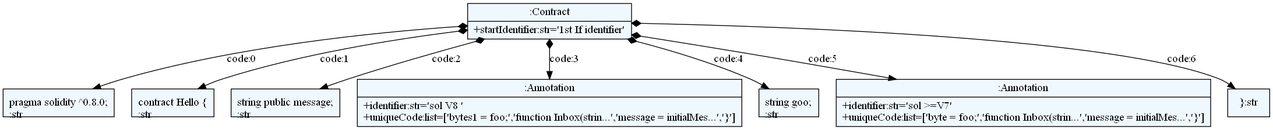
The Graphviz diagram resources/Test Contract.dot.png in stefsche/cross-platformify, before a commit. Its source is kept beside it as resources/Test Contract.dot.
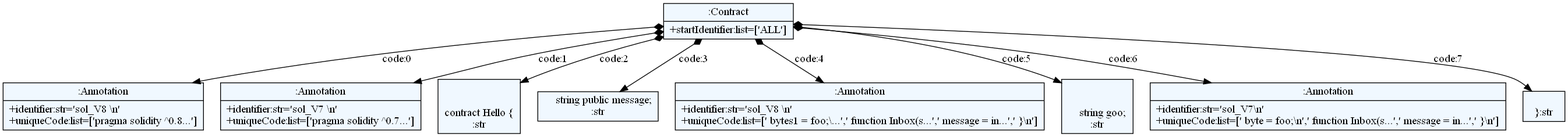
The same diagram one commit later.

Diff of the diagram source:
```diff
@@ -10,26 +10,34 @@
     edge[dir=black,arrowtail=empty]
 
 
-2732442621024 -> "pragma solidity ^0.8.0;
-:str" [label="code:0" arrowtail=diamond dir=both]
-2732442621024 -> "contract Hello {
-:str" [label="code:1" arrowtail=diamond dir=both]
-2732442621024 -> "string public message;
+1845945406656 -> 1845945406800 [label="code:0" arrowtail=diamond dir=both]
+1845945406800[label="{:Annotation|+identifier:str='sol_V8
+\\n'\l+uniqueCode:list=['pragma solidity ^0.8...']\l}"]
+1845945406656 -> 1845945406944 [label="code:1" arrowtail=diamond dir=both]
+1845945406944[label="{:Annotation|+identifier:str='sol_V7
+\\n'\l+uniqueCode:list=['pragma solidity ^0.7...']\l}"]
+1845945406656 -> "
+
+contract Hello {
 :str" [label="code:2" arrowtail=diamond dir=both]
-2732442621024 -> 2732442621168 [label="code:3" arrowtail=diamond dir=both]
-2732442621168[label="{:Annotation|+identifier:str='sol V8
-'\l+uniqueCode:list=['bytes1 = foo;
-','function Inbox(strin...','message = initialMes...','\}
-']\l}"]
-2732442621024 -> "string goo;
-:str" [label="code:4" arrowtail=diamond dir=both]
-2732442621024 -> 2732442621360 [label="code:5" arrowtail=diamond dir=both]
-2732442621360[label="{:Annotation|+identifier:str='sol \>=V7
-'\l+uniqueCode:list=['byte = foo;
-','function Inbox(strin...','message = initialMes...','\}
-']\l}"]
-2732442621024 -> "}:str" [label="code:6" arrowtail=diamond dir=both]
-2732442621024[label="{:Contract|+startIdentifier:str='1st If identifier
-'\l}"]
+1845945406656 -> "    string public message;
+:str" [label="code:3" arrowtail=diamond dir=both]
+1845945406656 -> 1845945407616 [label="code:4" arrowtail=diamond dir=both]
+1845945407616[label="{:Annotation|+identifier:str='sol_V8
+\\n'\l+uniqueCode:list=['    bytes1 = foo;
+\\...','    function Inbox(s...','        message = in...','    \}
+\\n']\l}"]
+1845945406656 -> "
+
+    string goo;
+:str" [label="code:5" arrowtail=diamond dir=both]
+1845945406656 -> 1845945407760 [label="code:6" arrowtail=diamond dir=both]
+1845945407760[label="{:Annotation|+identifier:str='sol_V7
+\\n'\l+uniqueCode:list=['    byte = foo;
+\\n','    function Inbox(s...','        message = in...','    \}
+\\n']\l}"]
+1845945406656 -> "
+}:str" [label="code:7" arrowtail=diamond dir=both]
+1845945406656[label="{:Contract|+startIdentifier:list=['ALL']\l}"]
 
 }
```
